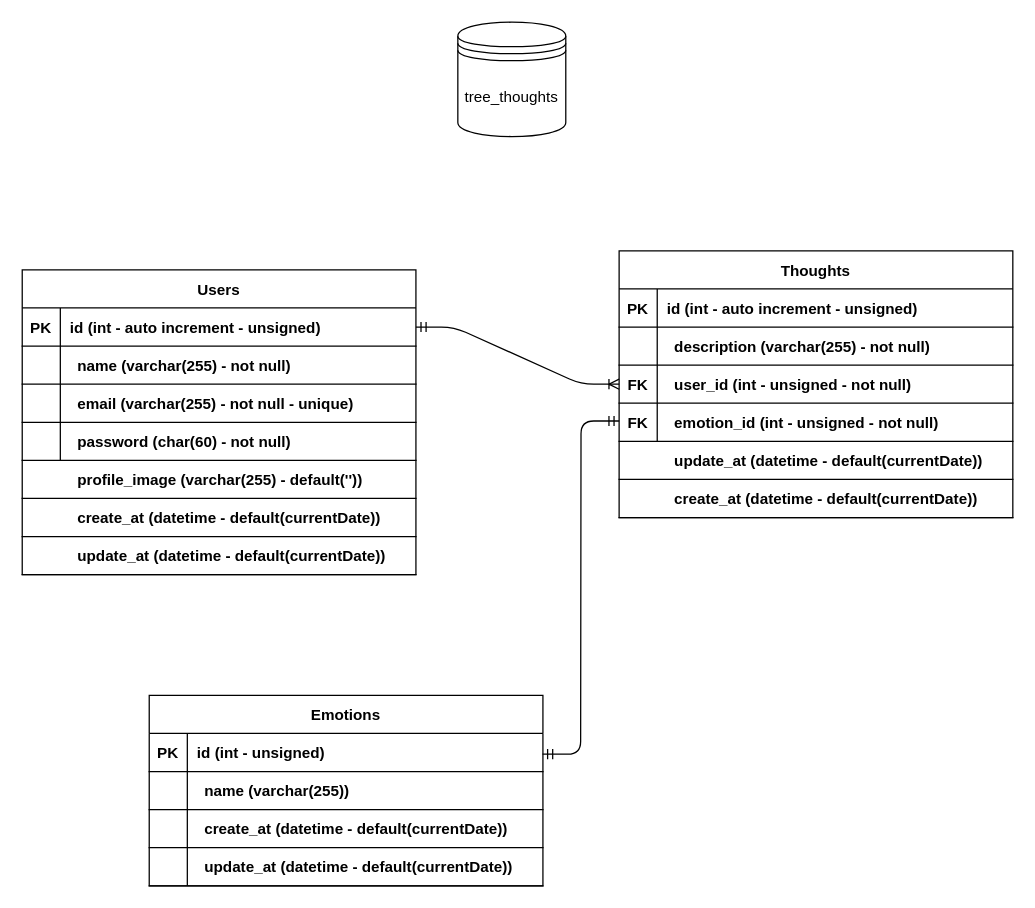
Before: docs/DER.drawio in AmandaCleto/express--tree-thoughts--back, a draw.io diagram. Source tidied: cells renumbered, new cells numbered last; positions are measured from the earlier drawing's top-left corner, leaving out a move shared by most shapes. Both pictures are drawn from the tidied source at 127%, with x=0, y=0 at pixel (22, 22).
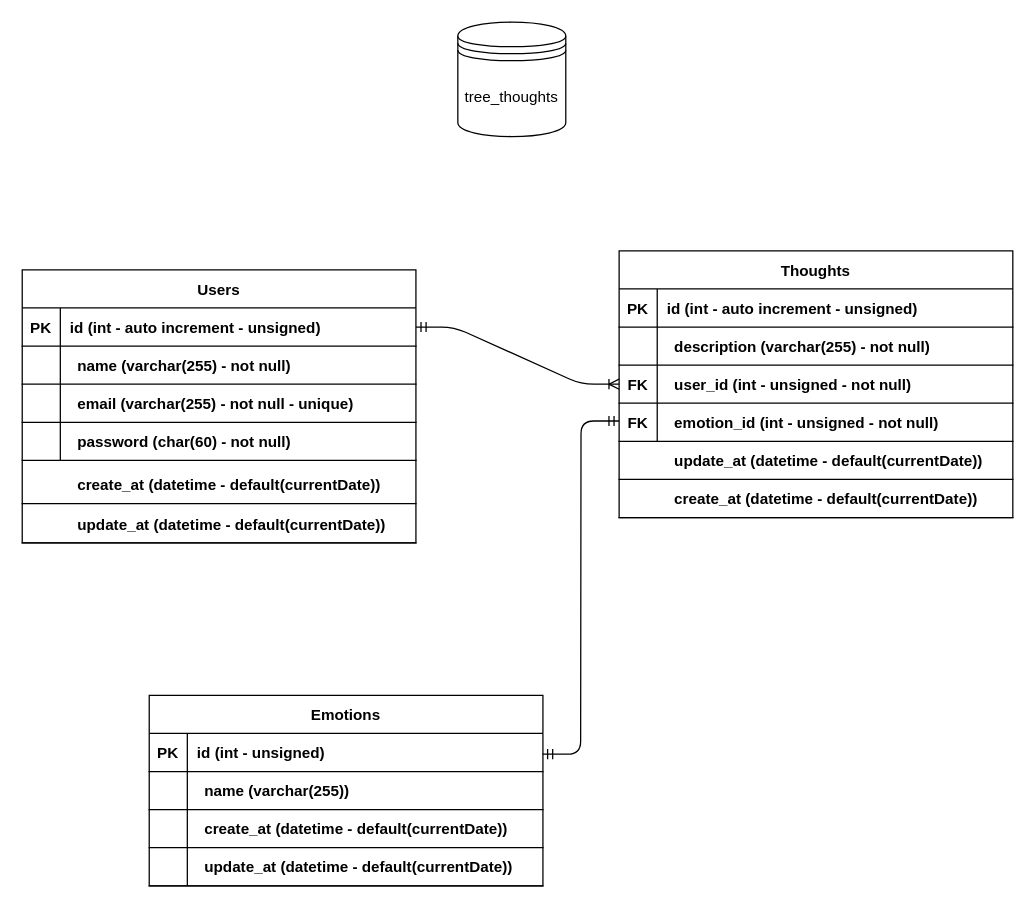
Above is the later version.

The edit, as a diff of the source:
```diff
@@
     <mxCell id="3" value="Users" style="shape=table;startSize=30;childLayout=tableLayout;rowLines=0;fontStyle=1;align=center;" parent="1" vertex="1">
-      <mxGeometry y="195" width="310" height="240" as="geometry" />
+      <mxGeometry y="195" width="310" height="215" as="geometry" />
     </mxCell>
@@
-    <mxCell id="25" style="shape=partialRectangle;fillColor=none;top=0;left=0;bottom=1;right=0;" parent="1" vertex="1">
-      <mxGeometry y="345" width="310" height="30" as="geometry" />
-    </mxCell>
-    <mxCell id="26" style="shape=partialRectangle;fillColor=none;top=0;left=0;bottom=0;right=0;fontStyle=1;overflow=hidden;" parent="25" vertex="1">
-      <mxGeometry width="51.7" height="30" as="geometry" />
-    </mxCell>
-    <mxCell id="27" value="profile_image (varchar(255) - default(''))" style="shape=partialRectangle;fillColor=none;top=0;left=0;bottom=0;right=0;align=left;spacingLeft=6;fontStyle=1;overflow=hidden;" parent="25" vertex="1">
-      <mxGeometry x="35.8" width="274.2" height="30" as="geometry" />
-    </mxCell>
@@
     <mxCell id="50" style="shape=partialRectangle;fillColor=none;top=0;left=0;bottom=1;right=0;" parent="1" vertex="1">
-      <mxGeometry y="375" width="310" height="30" as="geometry" />
+      <mxGeometry y="349" width="310" height="30" as="geometry" />
     </mxCell>
@@
     <mxCell id="53" style="shape=partialRectangle;fillColor=none;top=0;left=0;bottom=1;right=0;" parent="1" vertex="1">
-      <mxGeometry y="405" width="310" height="30" as="geometry" />
+      <mxGeometry y="380" width="310" height="30" as="geometry" />
     </mxCell>
```
